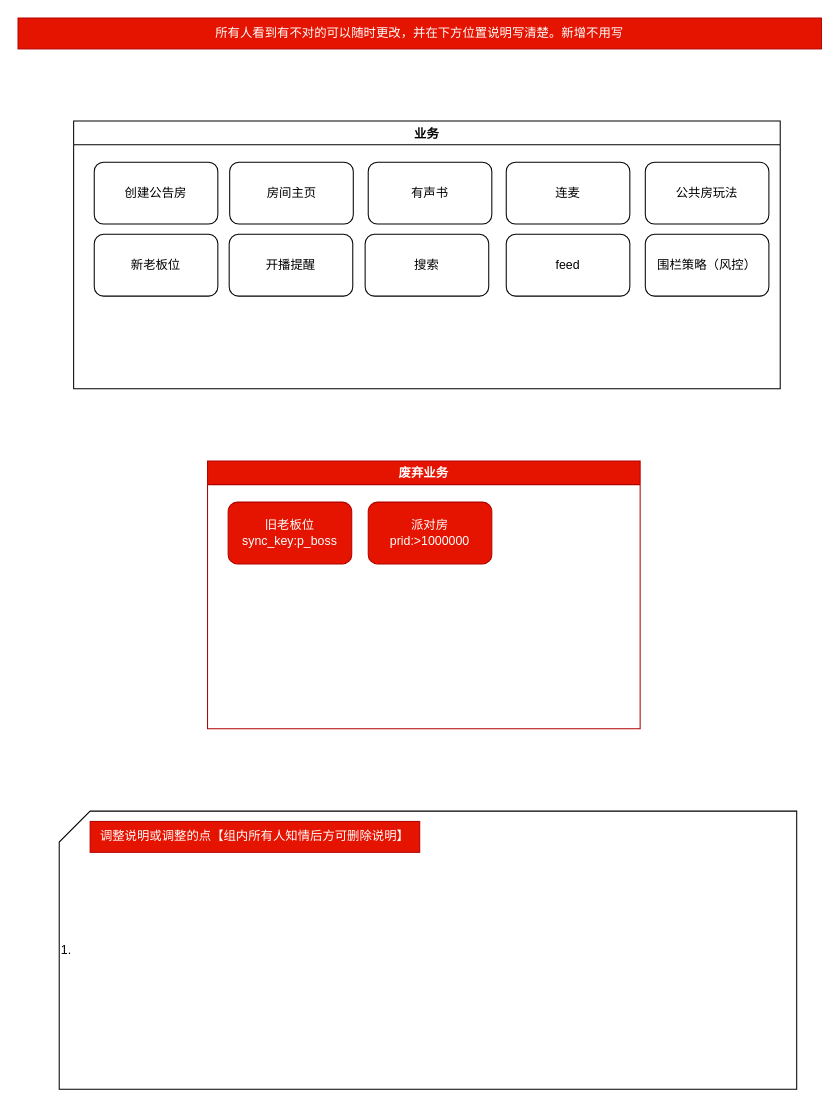
This is page "公共房业务" (1 of 11) of pepper/公共房.drawio from wclssdn/draw.io, a draw.io file, before an edit. Source tidied: cells renumbered, new cells numbered last; positions are measured from the earlier drawing's top-left corner, leaving out a move shared by most shapes. Both pictures are drawn from the tidied source at 103%, with x=0, y=0 at pixel (18, 18).
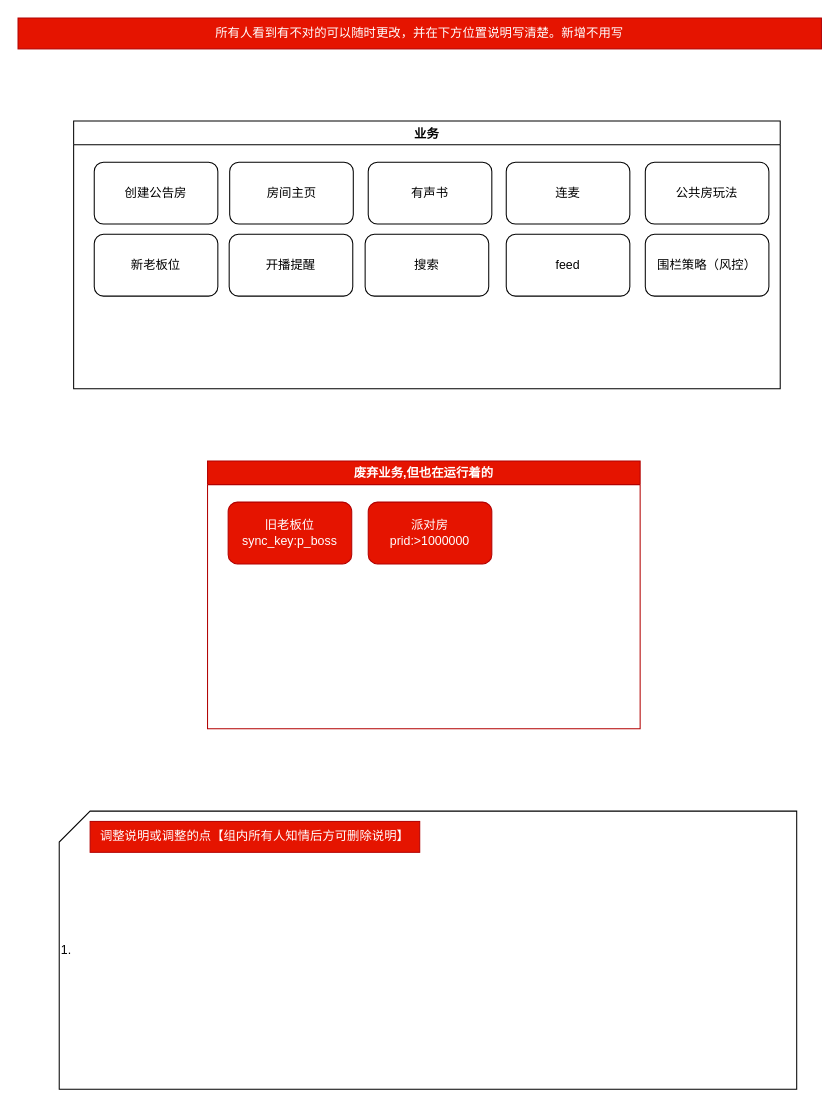
The same page after the edit.

The edit, as a diff of the source:
```diff
@@
 <mxGraphModel>
   <root>
     <mxCell id="0" />
     <mxCell id="1" parent="0" />
     <mxCell id="2" value="业务" style="swimlane;" parent="1" vertex="1">
       <mxGeometry x="54" y="100" width="686" height="260" as="geometry" />
     </mxCell>
     <mxCell id="3" value="新老板位" style="rounded=1;whiteSpace=wrap;html=1;fillColor=default;strokeColor=default;fontColor=default;" parent="2" vertex="1">
       <mxGeometry x="20" y="110" width="120" height="60" as="geometry" />
     </mxCell>
     <mxCell id="4" value="连麦" style="rounded=1;whiteSpace=wrap;html=1;fillColor=default;strokeColor=default;fontColor=default;" parent="2" vertex="1">
       <mxGeometry x="420" y="40" width="120" height="60" as="geometry" />
     </mxCell>
     <mxCell id="5" value="feed" style="rounded=1;whiteSpace=wrap;html=1;fillColor=default;strokeColor=default;fontColor=default;" parent="2" vertex="1">
       <mxGeometry x="420" y="110" width="120" height="60" as="geometry" />
     </mxCell>
     <mxCell id="6" value="公共房玩法" style="rounded=1;whiteSpace=wrap;html=1;" parent="2" vertex="1">
       <mxGeometry x="555" y="40" width="120" height="60" as="geometry" />
     </mxCell>
     <mxCell id="7" value="围栏策略（风控）" style="rounded=1;whiteSpace=wrap;html=1;fillColor=default;strokeColor=default;fontColor=default;" parent="2" vertex="1">
       <mxGeometry x="555" y="110" width="120" height="60" as="geometry" />
     </mxCell>
     <mxCell id="8" value="搜索" style="rounded=1;whiteSpace=wrap;html=1;fillColor=default;strokeColor=default;fontColor=default;" parent="2" vertex="1">
       <mxGeometry x="283" y="110" width="120" height="60" as="geometry" />
     </mxCell>
     <mxCell id="9" value="房间主页" style="rounded=1;whiteSpace=wrap;html=1;" parent="2" vertex="1">
       <mxGeometry x="151.5" y="40" width="120" height="60" as="geometry" />
     </mxCell>
     <mxCell id="10" value="有声书" style="rounded=1;whiteSpace=wrap;html=1;" parent="2" vertex="1">
       <mxGeometry x="286" y="40" width="120" height="60" as="geometry" />
     </mxCell>
     <mxCell id="11" value="开播提醒" style="rounded=1;whiteSpace=wrap;html=1;fillColor=default;strokeColor=default;fontColor=default;" parent="2" vertex="1">
       <mxGeometry x="151" y="110" width="120" height="60" as="geometry" />
     </mxCell>
     <mxCell id="12" value="创建公告房" style="rounded=1;whiteSpace=wrap;html=1;" parent="2" vertex="1">
       <mxGeometry x="20" y="40" width="120" height="60" as="geometry" />
     </mxCell>
-    <mxCell id="13" value="废弃业务" style="swimlane;fillColor=#e51400;strokeColor=#B20000;fontColor=#ffffff;" parent="1" vertex="1">
+    <mxCell id="13" value="废弃业务,但也在运行着的" style="swimlane;fillColor=#e51400;strokeColor=#B20000;fontColor=#ffffff;" parent="1" vertex="1">
       <mxGeometry x="184" y="430" width="420" height="260" as="geometry" />
     </mxCell>
     <mxCell id="14" value="旧老板位&lt;br&gt;sync_key:p_boss" style="rounded=1;whiteSpace=wrap;html=1;fillColor=#e51400;strokeColor=#B20000;fontColor=#ffffff;" parent="13" vertex="1">
       <mxGeometry x="20" y="40" width="120" height="60" as="geometry" />
     </mxCell>
     <mxCell id="15" value="派对房&lt;br&gt;prid:&amp;gt;1000000" style="rounded=1;whiteSpace=wrap;html=1;fillColor=#e51400;strokeColor=#B20000;fontColor=#ffffff;" parent="13" vertex="1">
       <mxGeometry x="156" y="40" width="120" height="60" as="geometry" />
     </mxCell>
     <mxCell id="16" value="所有人看到有不对的可以随时更改，并在下方位置说明写清楚。新增不用写" style="text;html=1;strokeColor=#B20000;fillColor=#e51400;align=center;verticalAlign=middle;whiteSpace=wrap;rounded=0;fontColor=#ffffff;" parent="1" vertex="1">
       <mxGeometry width="780" height="30" as="geometry" />
     </mxCell>
     <mxCell id="17" value="1.&lt;div&gt;&lt;/div&gt;" style="shape=card;whiteSpace=wrap;html=1;align=left;" parent="1" vertex="1">
       <mxGeometry x="40" y="770" width="716" height="270" as="geometry" />
     </mxCell>
     <mxCell id="18" value="调整说明或调整的点【组内所有人知情后方可删除说明】" style="text;html=1;strokeColor=#B20000;fillColor=#e51400;align=center;verticalAlign=middle;whiteSpace=wrap;rounded=0;fontColor=#ffffff;" parent="1" vertex="1">
       <mxGeometry x="70" y="780" width="320" height="30" as="geometry" />
     </mxCell>
   </root>
 </mxGraphModel>
```
